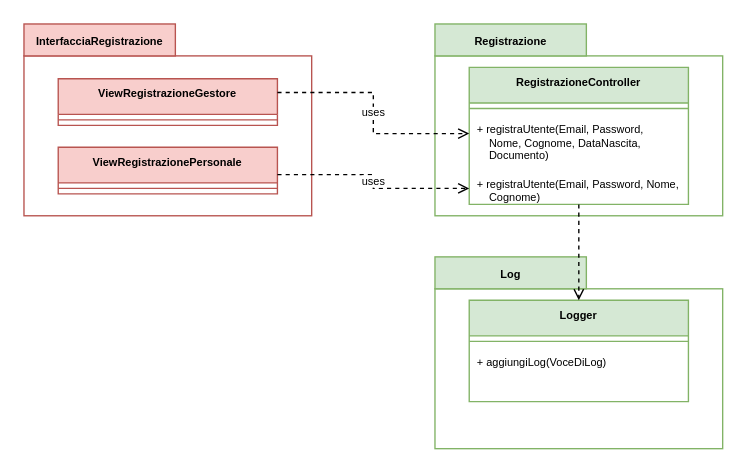
Above: page "Registrazione" (2 of 7) of diagrammaPackage.drawio in Marco-Burattoni/Progetto-ids (draw.io), before the change. Source tidied: cells renumbered, new cells numbered last; positions are measured from the earlier drawing's top-left corner, leaving out a move shared by most shapes. Both pictures are drawn from the tidied source at 137%, with x=0, y=0 at pixel (23, 23).
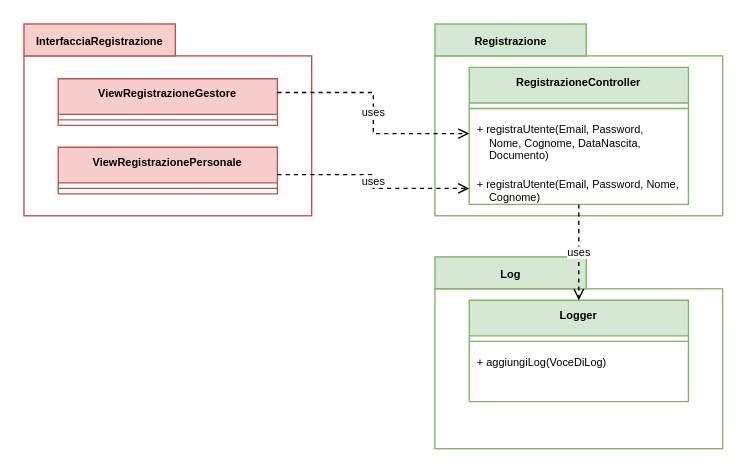
The same diagram, later.

Unchanged cells that the change refers to:
```xml
<mxCell id="12" value="RegistrazioneController" style="swimlane;fontStyle=1;align=center;verticalAlign=top;horizontal=1;startSize=26;shadow=0;sketch=0;fillStyle=auto;strokeColor=#82B366;fontSize=8;fillColor=#D5E8D4;gradientColor=none;" parent="9" vertex="1">
  <mxGeometry x="25" y="31.7" width="160" height="100" as="geometry" />
</mxCell>
<mxCell id="21" value="Logger" style="swimlane;fontStyle=1;align=center;verticalAlign=top;horizontal=1;startSize=26;shadow=0;sketch=0;fillStyle=auto;strokeColor=#82B366;fontSize=8;fillColor=#D5E8D4;gradientColor=none;" parent="18" vertex="1">
  <mxGeometry x="25" y="31.7" width="160" height="74" as="geometry" />
</mxCell>
```

The edit, as a diff of the source:
```diff
@@
-    <mxCell id="24" style="edgeStyle=orthogonalEdgeStyle;rounded=0;jumpStyle=arc;jettySize=auto;html=1;dashed=1;fontSize=8;startArrow=none;startFill=0;endArrow=open;endFill=0;" parent="1" edge="1" source="12" target="21">
+    <mxCell id="24" value="uses" style="edgeStyle=orthogonalEdgeStyle;rounded=0;jumpStyle=arc;jettySize=auto;html=1;dashed=1;fontSize=8;startArrow=none;startFill=0;endArrow=open;endFill=0;" parent="1" edge="1" source="12" target="21">
       <mxGeometry relative="1" as="geometry" />
     </mxCell>
```
